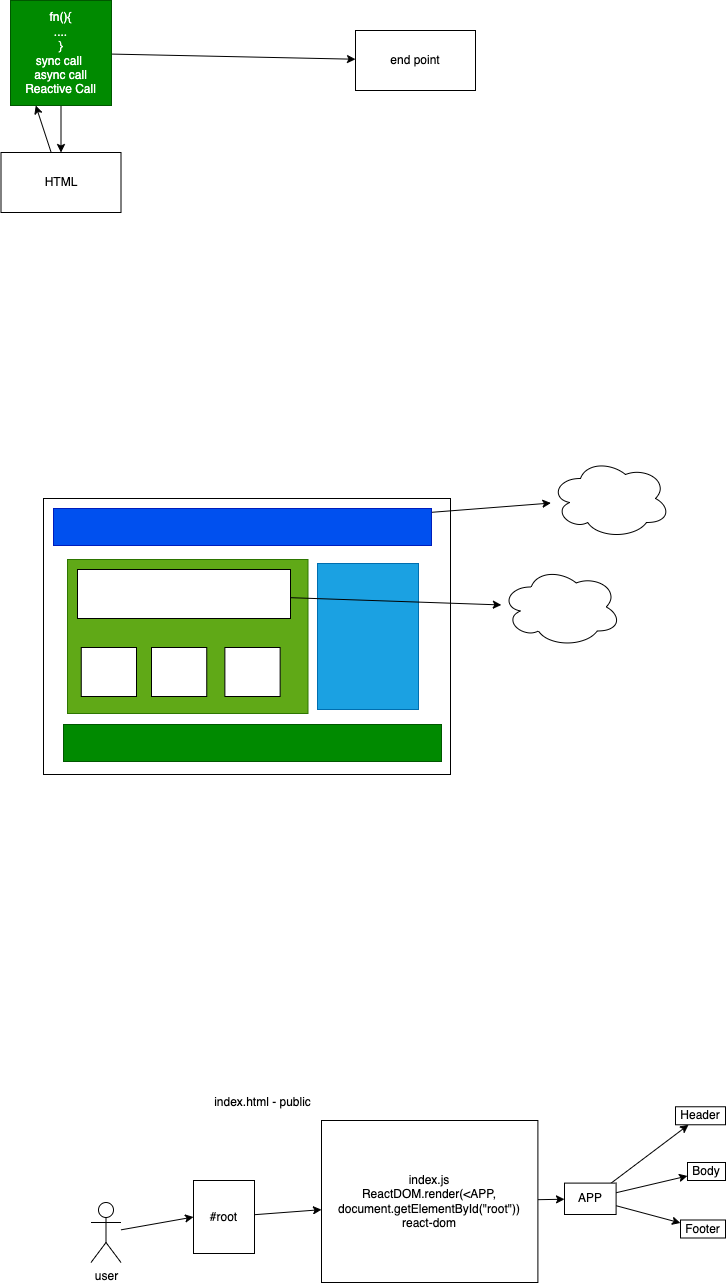
This is images/day17.drawio.png from adithnaveen/2022-jul-asde-jfs-sapient, a draw.io export, as it was before one commit. Source tidied: cells renumbered, new cells last; positions are measured from the earlier drawing's top-left corner, leaving out a move shared by most shapes.
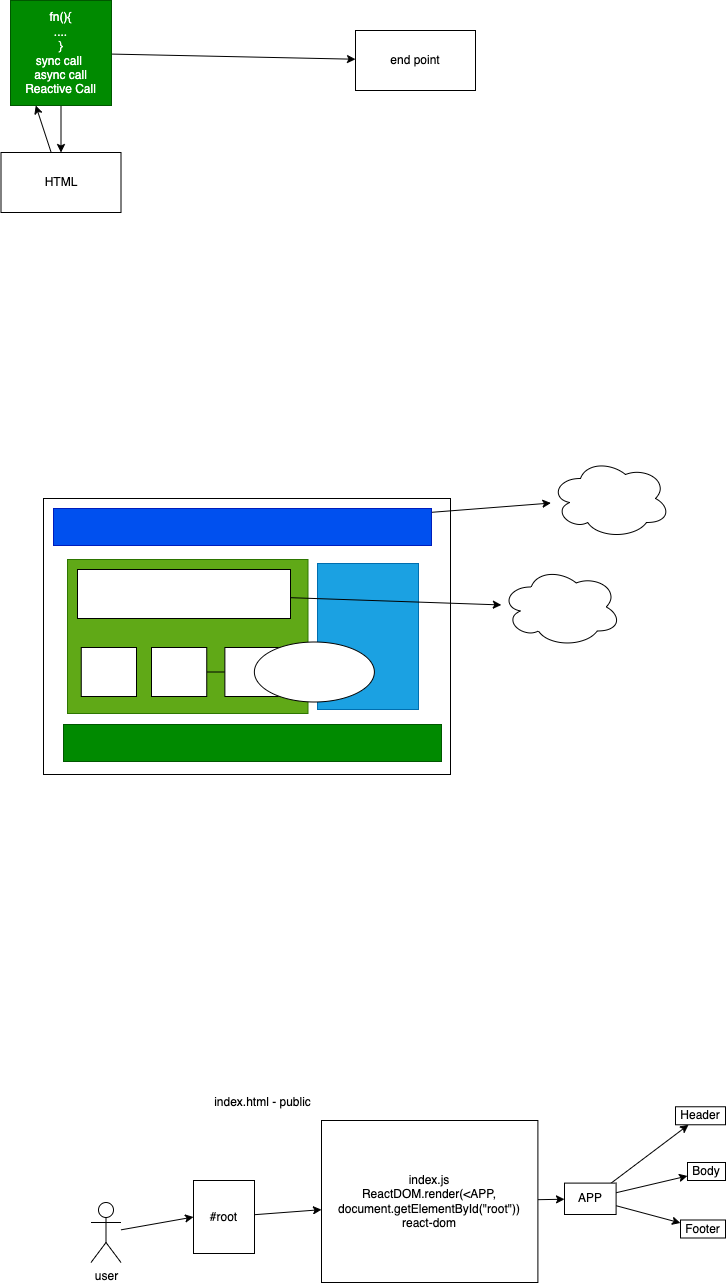
Later version of the same file.

The edit, as a diff of the source:
```diff
@@ -47,6 +47,9 @@
     <mxCell id="16" style="rounded=0;whiteSpace=wrap;html=1;" parent="1" vertex="1">
       <mxGeometry x="80.8" y="647" width="55.2" height="49" as="geometry" />
     </mxCell>
+    <mxCell id="35" style="edgeStyle=none;html=1;" parent="1" edge="1" source="17" target="36">
+      <mxGeometry relative="1" as="geometry" />
+    </mxCell>
     <mxCell id="17" style="rounded=0;whiteSpace=wrap;html=1;" parent="1" vertex="1">
       <mxGeometry x="151" y="647" width="55.2" height="49" as="geometry" />
     </mxCell>
@@ -101,5 +104,8 @@
     <mxCell id="34" value="Footer" style="rounded=0;whiteSpace=wrap;html=1;" parent="1" vertex="1">
       <mxGeometry x="680" y="1219.5" width="45" height="18" as="geometry" />
     </mxCell>
+    <mxCell id="36" style="ellipse;whiteSpace=wrap;html=1;rounded=0;" parent="1" vertex="1">
+      <mxGeometry x="253.9" y="641.5" width="120" height="60" as="geometry" />
+    </mxCell>
   </root>
 </mxGraphModel>
```
